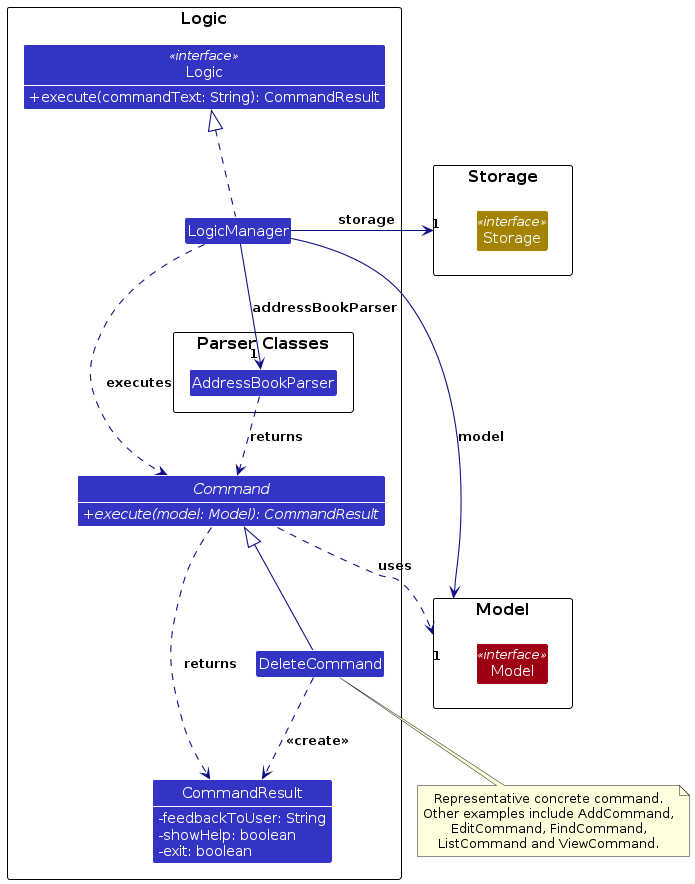
Above: diagrams/LogicClassDiagram.png in AY2627S1-CS2103T-F13-2/tp (PlantUML), before the change. Its source is kept beside it as diagrams/LogicClassDiagram.puml.
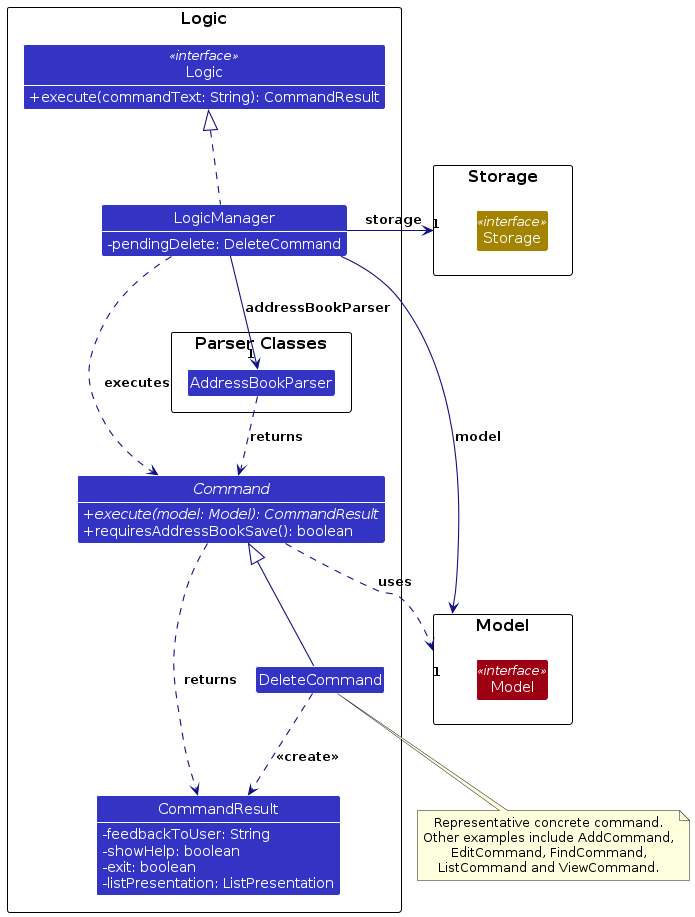
After the change.

Change to the diagram source:
```diff
@@ -10,15 +10,19 @@
 class Logic <<interface>> {
     + execute(commandText: String): CommandResult
 }
-class LogicManager
+class LogicManager {
+    - pendingDelete: DeleteCommand
+}
 abstract class Command {
     {abstract} + execute(model: Model): CommandResult
+    + requiresAddressBookSave(): boolean
 }
 class DeleteCommand
 class CommandResult {
     - feedbackToUser: String
     - showHelp: boolean
     - exit: boolean
+    - listPresentation: ListPresentation
 }
 
 package "Parser Classes" {
@@ -37,6 +41,7 @@
 show Logic methods
 show Command methods
 show CommandResult fields
+show LogicManager fields
 
 LogicManager .up.|> Logic
 LogicManager -left-> "1" Model : model
```
